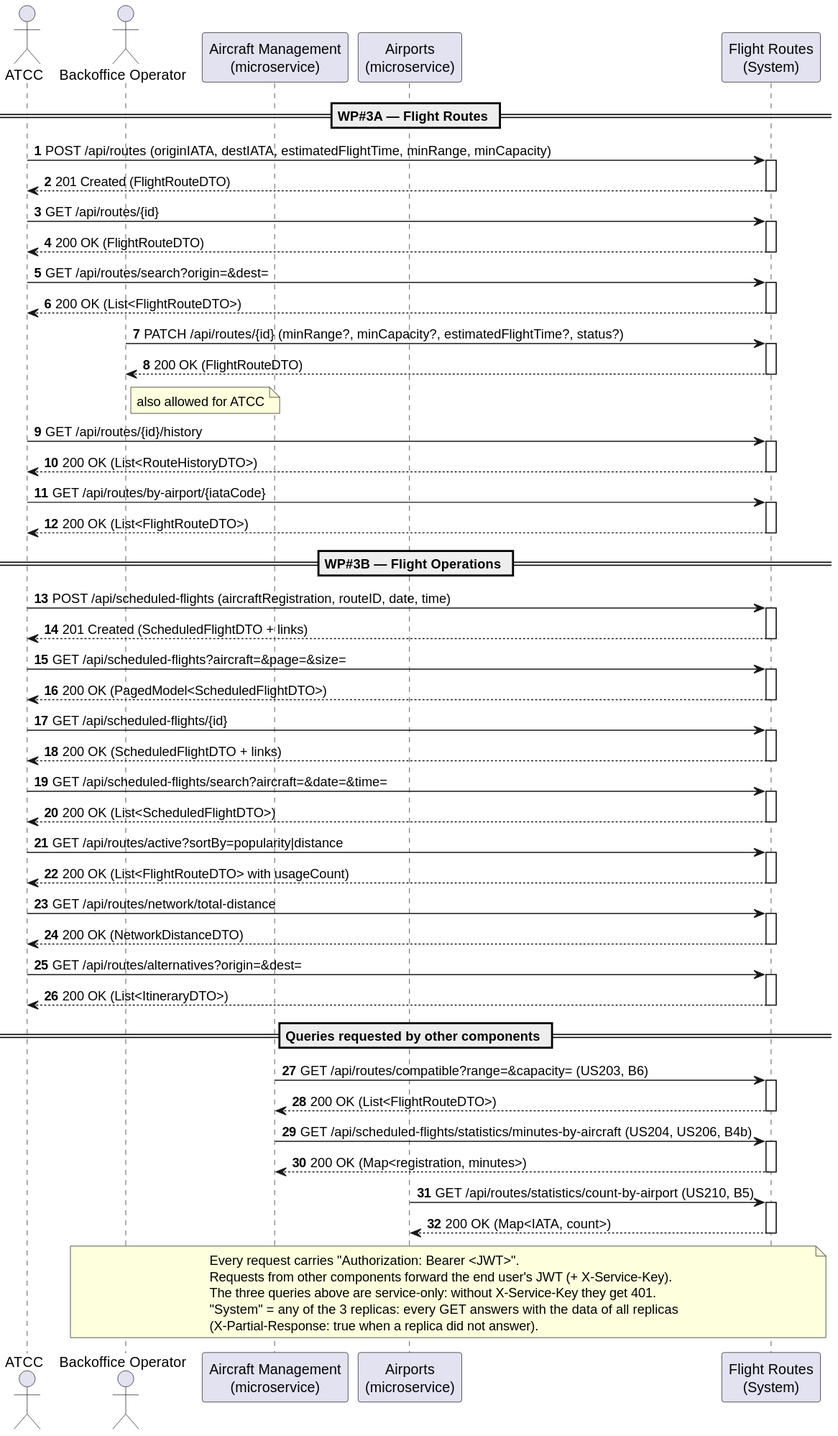
The PlantUML diagram docs/5-scenarios/flightroutes/svg/FlightRoutes-SSD.svg in caetanotiago/Project_SIDIS, before a commit. Source of this version:
```plantuml
@startuml
autonumber
actor "ATCC" as ATCC
actor "Backoffice Operator" as BO
participant "Aircraft Management\n(microservice)" as AM
participant "Airports\n(microservice)" as AP
participant "Flight Routes\n(System)" as SYS

== WP#3A — Flight Routes ==

ATCC -> SYS : POST /api/routes (originIATA, destIATA, estimatedFlightTime, minRange, minCapacity)
activate SYS
SYS --> ATCC : 201 Created (FlightRouteDTO)
deactivate SYS

ATCC -> SYS : GET /api/routes/{id}
activate SYS
SYS --> ATCC : 200 OK (FlightRouteDTO)
deactivate SYS

ATCC -> SYS : GET /api/routes/search?origin=&dest=
activate SYS
SYS --> ATCC : 200 OK (List<FlightRouteDTO>)
deactivate SYS

BO -> SYS : PATCH /api/routes/{id} (minRange?, minCapacity?, estimatedFlightTime?, status?)
activate SYS
SYS --> BO : 200 OK (FlightRouteDTO)
deactivate SYS
note right of BO : also allowed for ATCC

ATCC -> SYS : GET /api/routes/{id}/history
activate SYS
SYS --> ATCC : 200 OK (List<RouteHistoryDTO>)
deactivate SYS

ATCC -> SYS : GET /api/routes/by-airport/{iataCode}
activate SYS
SYS --> ATCC : 200 OK (List<FlightRouteDTO>)
deactivate SYS

== WP#3B — Flight Operations ==

ATCC -> SYS : POST /api/scheduled-flights (aircraftRegistration, routeID, date, time)
activate SYS
SYS --> ATCC : 201 Created (ScheduledFlightDTO + links)
deactivate SYS

ATCC -> SYS : GET /api/scheduled-flights?aircraft=&page=&size=
activate SYS
SYS --> ATCC : 200 OK (PagedModel<ScheduledFlightDTO>)
deactivate SYS

ATCC -> SYS : GET /api/scheduled-flights/{id}
activate SYS
SYS --> ATCC : 200 OK (ScheduledFlightDTO + links)
deactivate SYS

ATCC -> SYS : GET /api/scheduled-flights/search?aircraft=&date=&time=
activate SYS
SYS --> ATCC : 200 OK (List<ScheduledFlightDTO>)
deactivate SYS

ATCC -> SYS : GET /api/routes/active?sortBy=popularity|distance
activate SYS
SYS --> ATCC : 200 OK (List<FlightRouteDTO> with usageCount)
deactivate SYS

ATCC -> SYS : GET /api/routes/network/total-distance
activate SYS
SYS --> ATCC : 200 OK (NetworkDistanceDTO)
deactivate SYS

ATCC -> SYS : GET /api/routes/alternatives?origin=&dest=
activate SYS
SYS --> ATCC : 200 OK (List<ItineraryDTO>)
deactivate SYS

== Queries requested by other components ==

AM -> SYS : GET /api/routes/compatible?range=&capacity= (US203, B6)
activate SYS
SYS --> AM : 200 OK (List<FlightRouteDTO>)
deactivate SYS

AM -> SYS : GET /api/scheduled-flights/statistics/minutes-by-aircraft (US204, US206, B4b)
activate SYS
SYS --> AM : 200 OK (Map<registration, minutes>)
deactivate SYS

AP -> SYS : GET /api/routes/statistics/count-by-airport (US210, B5)
activate SYS
SYS --> AP : 200 OK (Map<IATA, count>)
deactivate SYS

note over BO, SYS
  Every request carries "Authorization: Bearer <JWT>".
  Requests from other components forward the end user's JWT (+ X-Service-Key).
  The three queries above are service-only: without X-Service-Key they get 401.
  "System" = any of the 3 replicas: every GET answers with the data of all replicas
  (X-Partial-Response: true when a replica did not answer).
end note
@enduml
```
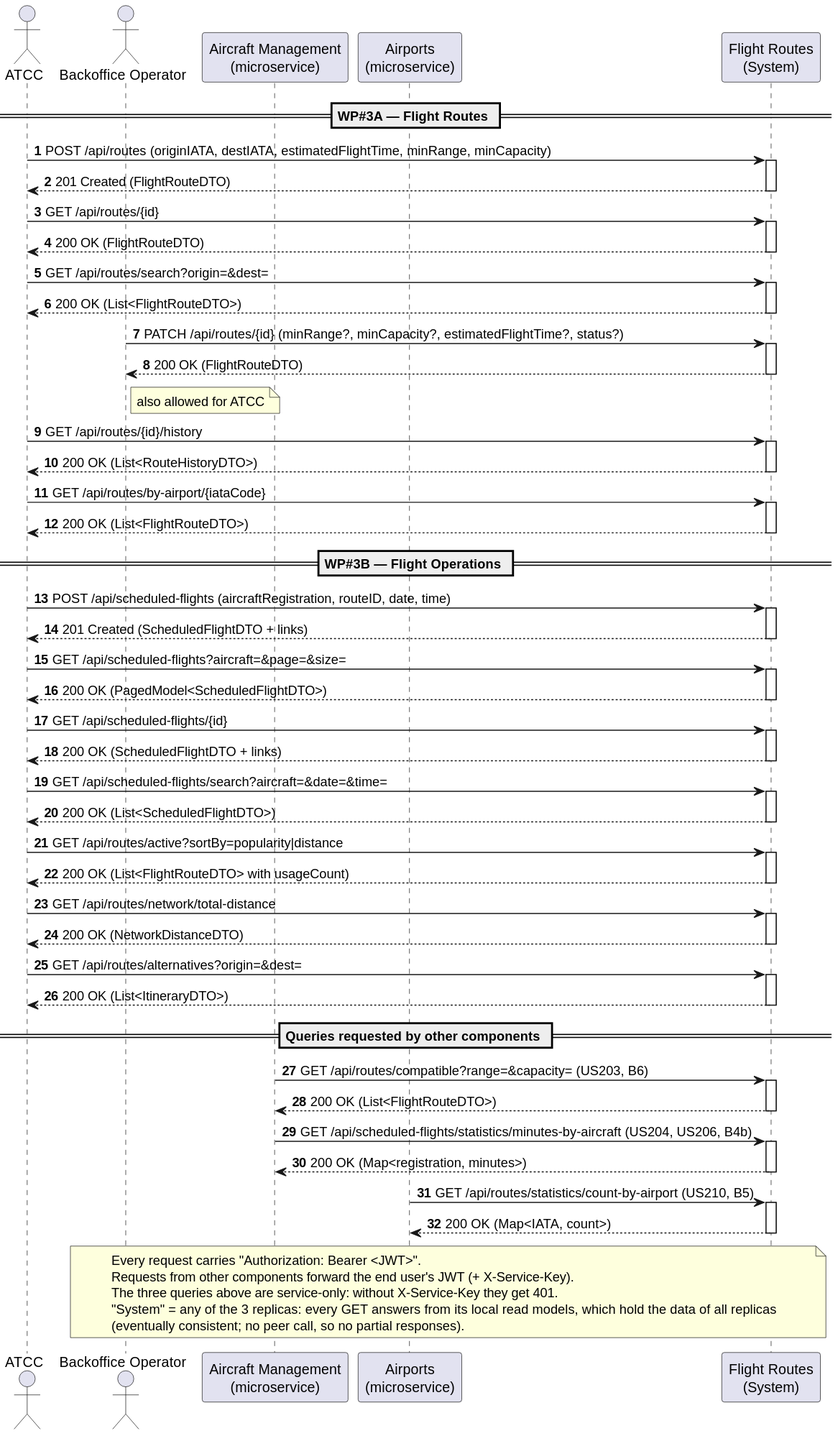
Later version of the same file.

Diff of the diagram source:
```diff
@@ -97,7 +97,7 @@
   Every request carries "Authorization: Bearer <JWT>".
   Requests from other components forward the end user's JWT (+ X-Service-Key).
   The three queries above are service-only: without X-Service-Key they get 401.
-  "System" = any of the 3 replicas: every GET answers with the data of all replicas
-  (X-Partial-Response: true when a replica did not answer).
+  "System" = any of the 3 replicas: every GET answers from its local read models, which hold the data of all replicas
+  (eventually consistent; no peer call, so no partial responses).
 end note
 @enduml
```
